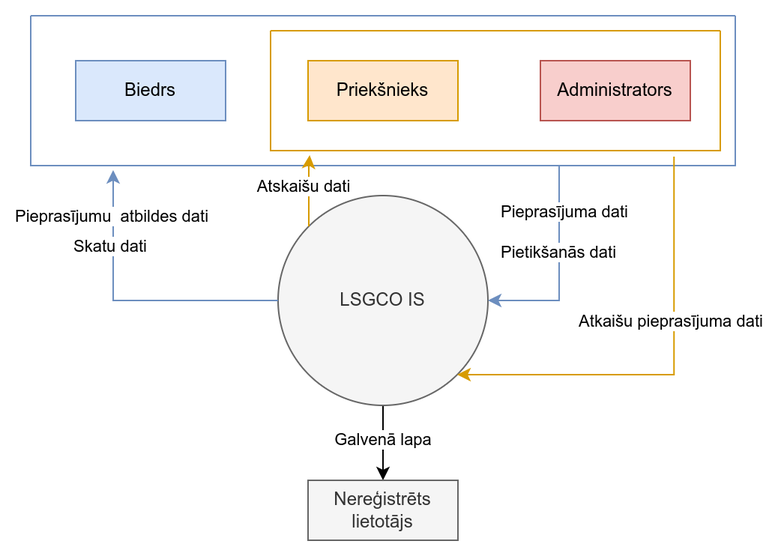
Above: Documentation/0_limena_dpd.png in JekabsVanags/LSGCO_IS (draw.io), before the change. Source tidied: cells renumbered, new cells last; positions are measured from the earlier drawing's top-left corner, leaving out a move shared by most shapes.
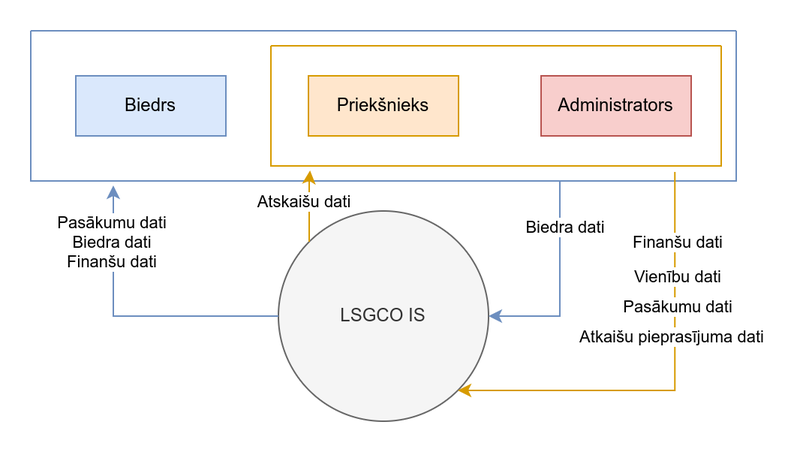
Later version of the same file.

What changed in the source:
```diff
@@ -2,12 +2,6 @@
   <root>
     <mxCell id="0" />
     <mxCell id="1" parent="0" />
-    <mxCell id="2" style="edgeStyle=orthogonalEdgeStyle;rounded=0;jettySize=auto;html=1;exitX=0.5;exitY=1;exitDx=0;exitDy=0;entryX=0.5;entryY=0;entryDx=0;entryDy=0;" parent="1" edge="1" source="4" target="20">
-      <mxGeometry relative="1" as="geometry" />
-    </mxCell>
-    <mxCell id="3" value="Galvenā lapa" style="edgeLabel;html=1;align=center;verticalAlign=middle;" parent="2" vertex="1">
-      <mxGeometry x="-0.12" y="-1" relative="1" as="geometry" />
-    </mxCell>
     <mxCell id="4" value="LSGCO IS" style="ellipse;whiteSpace=wrap;html=1;fillColor=#f5f5f5;strokeColor=#666666;fontColor=#333333;" parent="1" vertex="1">
       <mxGeometry x="165" y="120" width="140" height="140" as="geometry" />
     </mxCell>
@@ -18,14 +12,11 @@
         </Array>
       </mxGeometry>
     </mxCell>
-    <mxCell id="6" value="Pieprasījuma dati" style="edgeLabel;html=1;align=center;verticalAlign=middle;" parent="5" vertex="1">
+    <mxCell id="6" value="Biedra dati" style="edgeLabel;html=1;align=center;verticalAlign=middle;" parent="5" vertex="1">
       <mxGeometry x="-0.17" y="3" relative="1" as="geometry">
         <mxPoint y="-27" as="offset" />
       </mxGeometry>
     </mxCell>
-    <mxCell id="7" value="Pietikšanās dati" style="edgeLabel;html=1;align=center;verticalAlign=middle;" parent="5" vertex="1">
-      <mxGeometry x="-0.17" y="-1" relative="1" as="geometry" />
-    </mxCell>
     <mxCell id="8" style="swimlane;startSize=0;fillColor=#dae8fc;strokeColor=#6c8ebf;" parent="1" vertex="1">
       <mxGeometry width="470" height="100" as="geometry" />
     </mxCell>
@@ -48,11 +39,10 @@
         </Array>
       </mxGeometry>
     </mxCell>
-    <mxCell id="14" value="Skatu dati" style="edgeLabel;html=1;align=center;verticalAlign=middle;" parent="13" vertex="1">
-      <mxGeometry x="0.49" y="2" relative="1" as="geometry" />
-    </mxCell>
-    <mxCell id="15" value="Pieprasījumu&amp;nbsp; atbildes dati" style="edgeLabel;html=1;align=center;verticalAlign=middle;" parent="13" vertex="1">
-      <mxGeometry x="0.7" y="1" relative="1" as="geometry" />
+    <mxCell id="15" value="Pasākumu dati&lt;br&gt;Biedra dati&lt;br&gt;Finanšu dati" style="edgeLabel;html=1;align=center;verticalAlign=middle;" parent="13" vertex="1">
+      <mxGeometry x="0.7" y="1" relative="1" as="geometry">
+        <mxPoint y="7" as="offset" />
+      </mxGeometry>
     </mxCell>
     <mxCell id="16" style="edgeStyle=orthogonalEdgeStyle;rounded=0;jettySize=auto;html=1;exitX=0.897;exitY=1.05;exitDx=0;exitDy=0;entryX=1;entryY=1;entryDx=0;entryDy=0;fillColor=#ffe6cc;strokeColor=#d79b00;exitPerimeter=0;" parent="1" edge="1" source="12" target="4">
       <mxGeometry relative="1" as="geometry">
@@ -64,14 +54,20 @@
     <mxCell id="17" value="Atkaišu pieprasījuma dati" style="edgeLabel;html=1;align=center;verticalAlign=middle;" parent="16" vertex="1">
       <mxGeometry x="-0.25" y="-3" relative="1" as="geometry" />
     </mxCell>
+    <mxCell id="21" value="Pasākumu dati" style="edgeLabel;html=1;align=center;verticalAlign=middle;" parent="16" vertex="1">
+      <mxGeometry x="-0.39" y="1" relative="1" as="geometry" />
+    </mxCell>
+    <mxCell id="22" value="Vienību dati" style="edgeLabel;html=1;align=center;verticalAlign=middle;" parent="16" vertex="1">
+      <mxGeometry x="-0.52" y="1" relative="1" as="geometry" />
+    </mxCell>
     <mxCell id="18" style="edgeStyle=orthogonalEdgeStyle;rounded=0;jettySize=auto;html=1;exitX=0;exitY=0;exitDx=0;exitDy=0;entryX=0.087;entryY=1.038;entryDx=0;entryDy=0;entryPerimeter=0;fillColor=#ffe6cc;strokeColor=#d79b00;" parent="1" edge="1" source="4" target="12">
       <mxGeometry relative="1" as="geometry" />
     </mxCell>
     <mxCell id="19" value="Atskaišu dati" style="edgeLabel;html=1;align=center;verticalAlign=middle;" parent="18" vertex="1">
       <mxGeometry x="0.1" y="4" relative="1" as="geometry" />
     </mxCell>
-    <mxCell id="20" value="Nereģistrēts lietotājs" style="rounded=0;whiteSpace=wrap;html=1;fillColor=#f5f5f5;strokeColor=#666666;fontColor=#333333;" parent="1" vertex="1">
-      <mxGeometry x="185" y="310" width="100" height="40" as="geometry" />
-    </mxCell>
+    <mxCell id="23" value="Finanšu dati" style="edgeLabel;html=1;align=center;verticalAlign=middle;" parent="1" vertex="1">
+      <mxGeometry x="430" y="140" as="geometry" />
+    </mxCell>
   </root>
 </mxGraphModel>
```
